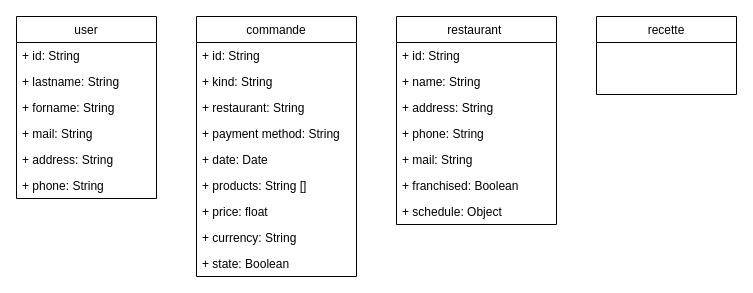
This is good_food_2.0/Database model/Untitled Diagram.drawio.xml from obaconnais/good_food_2.0, a draw.io file, before an edit. Source tidied: cells renumbered, new cells numbered last; positions are measured from the earlier drawing's top-left corner, leaving out a move shared by most shapes. Both pictures are drawn from the tidied source at 100%, with x=0, y=0 at pixel (16, 16).
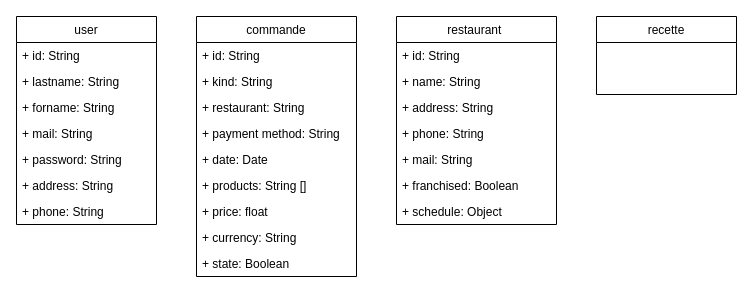
Above is the later version.

Commit message:
Update: Database model

Diff of the diagram source:
```diff
@@
     <mxCell id="2" value="user" style="swimlane;fontStyle=0;horizontal=1;startSize=26;fillColor=none;" parent="1" vertex="1">
-      <mxGeometry width="140" height="182" as="geometry" />
+      <mxGeometry width="140" height="208" as="geometry" />
     </mxCell>
@@
+    <mxCell id="28" value="+ password: String" style="text;strokeColor=none;fillColor=none;align=left;verticalAlign=top;spacingLeft=4;spacingRight=4;overflow=hidden;" parent="2" vertex="1">
+      <mxGeometry y="130" width="140" height="26" as="geometry" />
+    </mxCell>
     <mxCell id="7" value="+ address: String" style="text;strokeColor=none;fillColor=none;align=left;verticalAlign=top;spacingLeft=4;spacingRight=4;overflow=hidden;" parent="2" vertex="1">
-      <mxGeometry y="130" width="140" height="26" as="geometry" />
+      <mxGeometry y="156" width="140" height="26" as="geometry" />
     </mxCell>
     <mxCell id="8" value="+ phone: String" style="text;strokeColor=none;fillColor=none;align=left;verticalAlign=top;spacingLeft=4;spacingRight=4;overflow=hidden;" parent="2" vertex="1">
-      <mxGeometry y="156" width="140" height="26" as="geometry" />
+      <mxGeometry y="182" width="140" height="26" as="geometry" />
     </mxCell>
```
